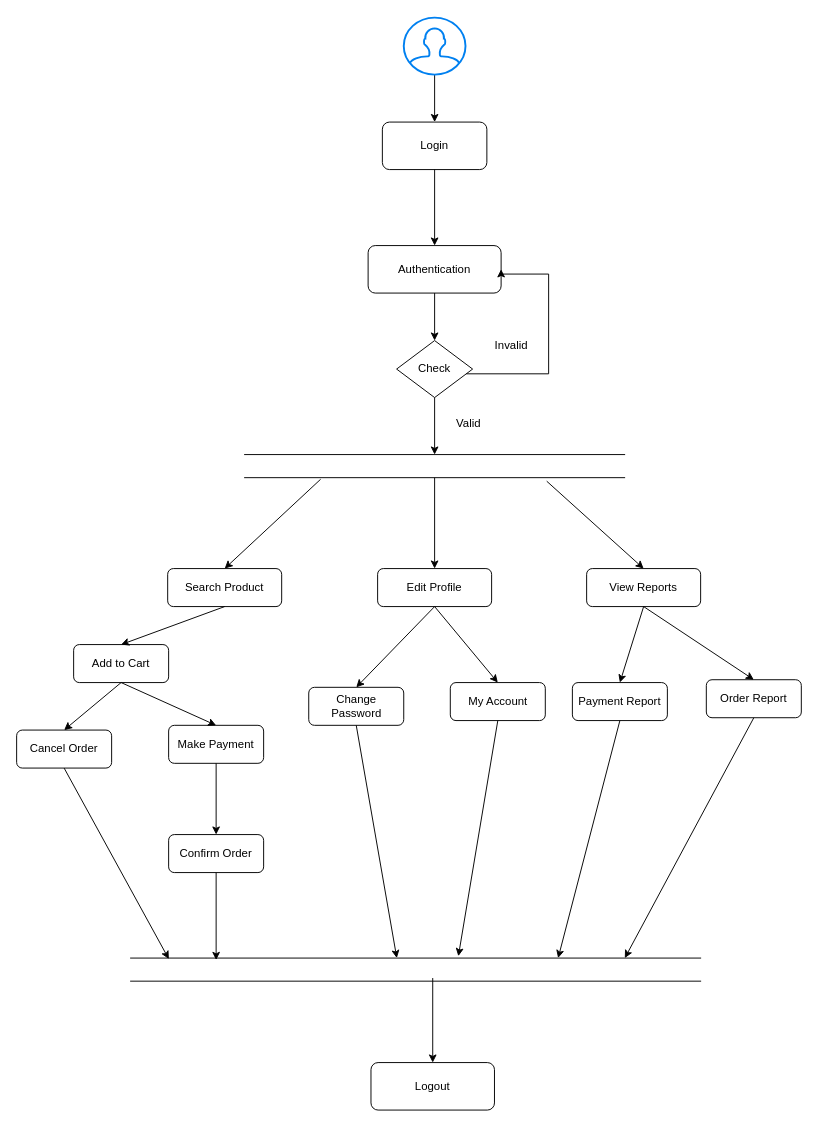
Before: Диаграмма без названия.drawio in qosimjon123/example, a draw.io diagram. Source tidied: cells renumbered, new cells numbered last; positions are measured from the earlier drawing's top-left corner, leaving out a move shared by most shapes. Both pictures are drawn from the tidied source at 95%, with x=0, y=0 at pixel (16, 17).
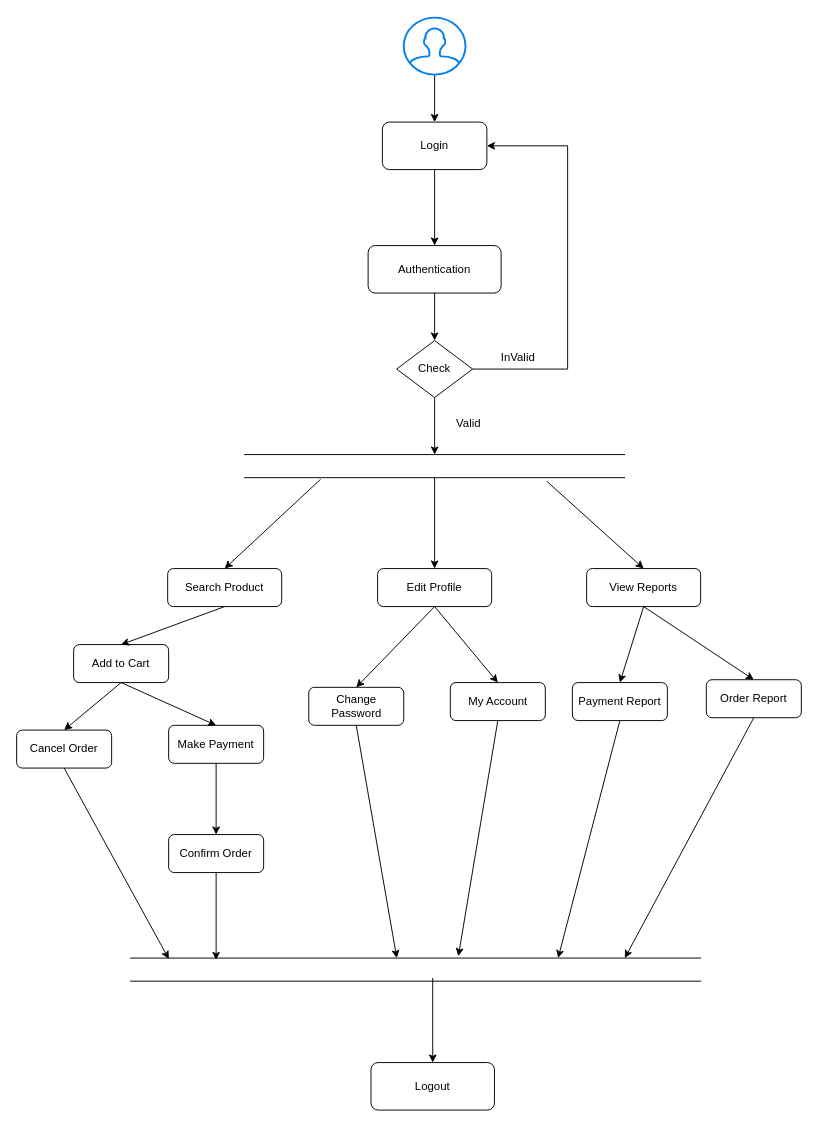
The same page after the edit.

The change refers to these unchanged cells:
```xml
<mxCell id="2" value="Login" style="rounded=1;whiteSpace=wrap;fillColor=#FFFFFF;strokeColor=#000000;" parent="1" vertex="1">
  <mxGeometry x="385" y="110" width="110" height="50" as="geometry" />
</mxCell>
<mxCell id="3" value="Authentication" style="rounded=1;whiteSpace=wrap;fillColor=#FFFFFF;strokeColor=#000000;" parent="1" vertex="1">
  <mxGeometry x="370" y="240" width="140" height="50" as="geometry" />
</mxCell>
<mxCell id="4" value="Check" style="rhombus;whiteSpace=wrap;fillColor=#FFFFFF;strokeColor=#000000;" parent="1" vertex="1">
  <mxGeometry x="400" y="340" width="80" height="60" as="geometry" />
</mxCell>
```

What changed in the source:
```diff
@@
+    <mxCell id="47" style="edgeStyle=orthogonalEdgeStyle;rounded=0;jettySize=auto;html=1;entryX=1;entryY=0.5;entryDx=0;entryDy=0;" parent="1" edge="1" source="4" target="2">
+      <mxGeometry relative="1" as="geometry">
+        <Array as="points">
+          <mxPoint x="580" y="370" />
+          <mxPoint x="580" y="135" />
+        </Array>
+      </mxGeometry>
+    </mxCell>
@@
-    <mxCell id="11" style="group;" parent="1" vertex="1">
-      <mxGeometry x="495" y="270" width="65" height="105" as="geometry" />
-    </mxCell>
-    <mxCell id="12" style="edgeStyle=orthogonalEdgeStyle;rounded=0;jettySize=auto;html=1;entryX=1;entryY=0.5;entryDx=0;entryDy=0;" parent="11" edge="1" source="4" target="3">
-      <mxGeometry relative="1" as="geometry">
-        <Array as="points">
-          <mxPoint x="65" y="105" />
-          <mxPoint x="65" />
-        </Array>
-      </mxGeometry>
-    </mxCell>
-    <mxCell id="13" value="Invalid" style="text;html=1;align=center;verticalAlign=middle;whiteSpace=wrap;rounded=0;" parent="11" vertex="1">
-      <mxGeometry y="60" width="52" height="30" as="geometry" />
-    </mxCell>
@@
+    <mxCell id="48" value="I&lt;span style=&quot;background-color: transparent; color: light-dark(rgb(0, 0, 0), rgb(255, 255, 255));&quot;&gt;nValid&lt;/span&gt;" style="text;html=1;align=center;verticalAlign=middle;whiteSpace=wrap;rounded=0;" parent="1" vertex="1">
+      <mxGeometry x="502" y="350" width="52" height="15.7" as="geometry" />
+    </mxCell>
```
